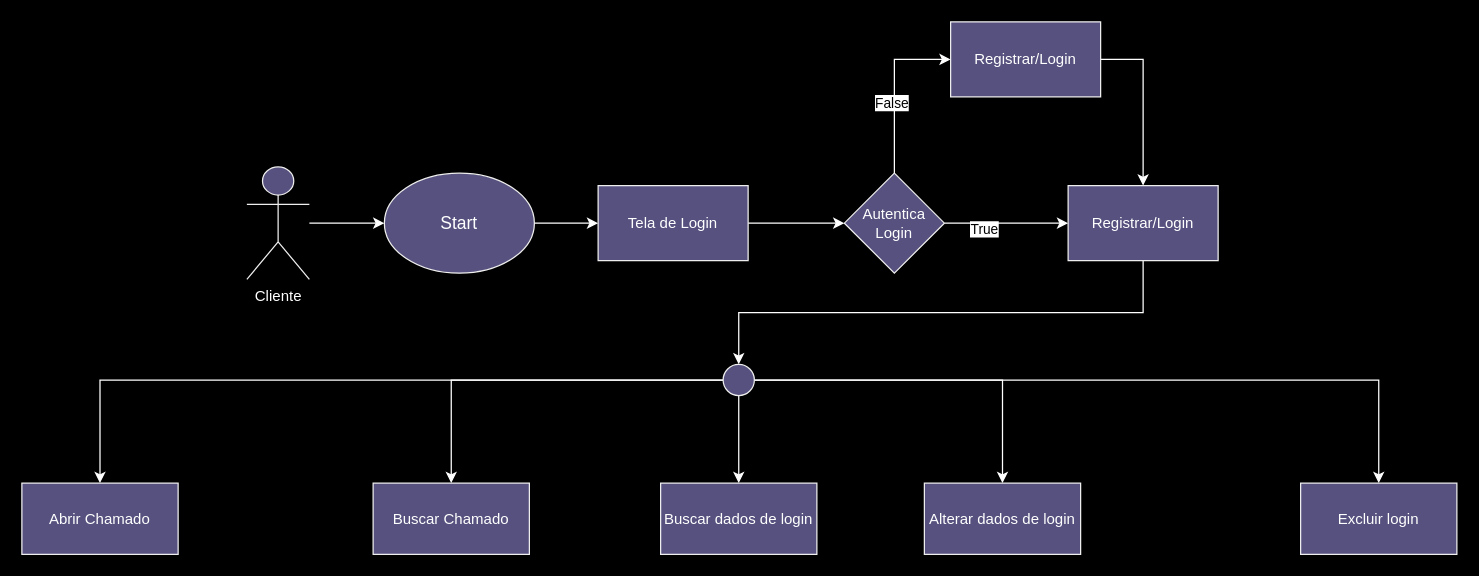
Above: Diagrama sem nome.drawio in Gabriel-Leandr0/HelpGR (draw.io), before the change. Source tidied: cells renumbered, new cells numbered last; positions are measured from the earlier drawing's top-left corner, leaving out a move shared by most shapes. Both pictures are drawn from the tidied source at 125%, with x=0, y=0 at pixel (21, 21).
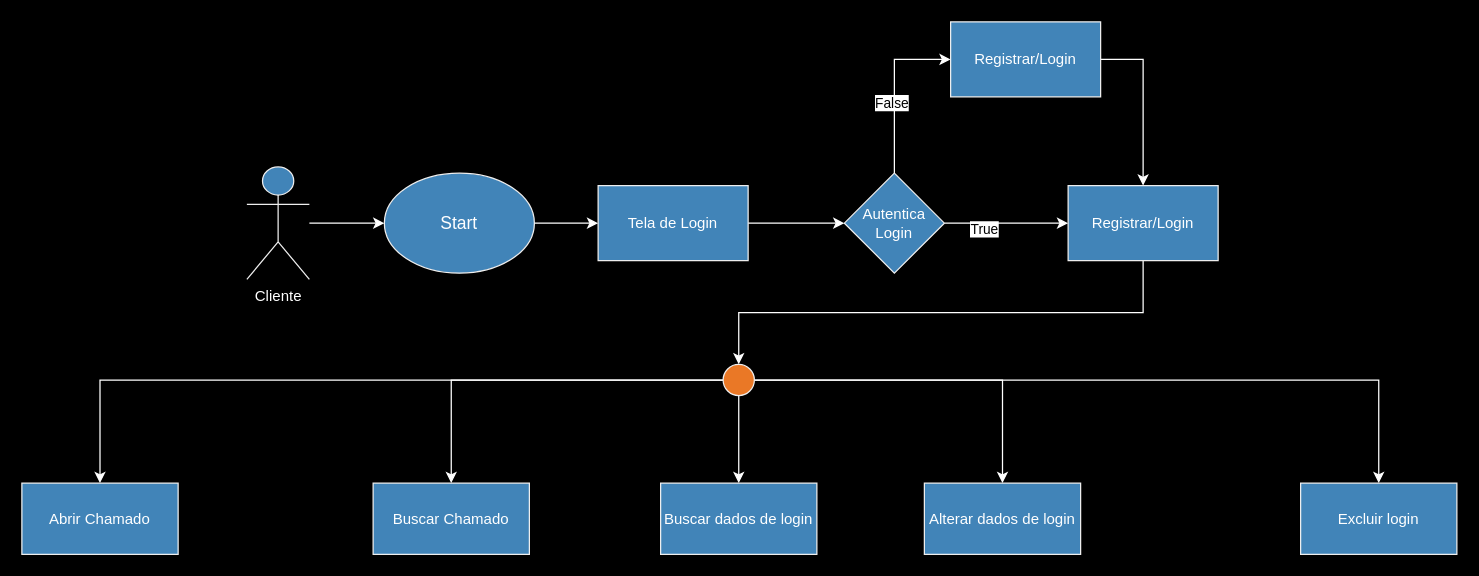
Above is the later version.

Change to the diagram source:
```diff
@@
-    <mxCell id="3" value="&lt;font style=&quot;font-size: 14px;&quot;&gt;Start&lt;/font&gt;" style="ellipse;whiteSpace=wrap;html=1;labelBackgroundColor=none;fillColor=#56517E;strokeColor=#EEEEEE;fontColor=#FFFFFF;rounded=0;" parent="1" vertex="1">
+    <mxCell id="3" value="&lt;font style=&quot;font-size: 14px;&quot;&gt;Start&lt;/font&gt;" style="ellipse;whiteSpace=wrap;html=1;labelBackgroundColor=none;fillColor=#4184b8;strokeColor=#EEEEEE;fontColor=#FFFFFF;rounded=0;" parent="1" vertex="1">
       <mxGeometry x="290" y="121" width="120" height="80" as="geometry" />
     </mxCell>
@@
-    <mxCell id="9" value="Autentica&lt;br&gt;Login" style="rhombus;whiteSpace=wrap;html=1;labelBackgroundColor=none;fillColor=#56517E;strokeColor=#EEEEEE;fontColor=#FFFFFF;rounded=0;" parent="1" vertex="1">
+    <mxCell id="9" value="Autentica&lt;br&gt;Login" style="rhombus;whiteSpace=wrap;html=1;labelBackgroundColor=none;fillColor=#4184b8;strokeColor=#EEEEEE;fontColor=#FFFFFF;rounded=0;" parent="1" vertex="1">
       <mxGeometry x="658" y="121" width="80" height="80" as="geometry" />
     </mxCell>
@@
-    <mxCell id="11" value="Cliente" style="shape=umlActor;verticalLabelPosition=bottom;verticalAlign=top;html=1;outlineConnect=0;labelBackgroundColor=none;fillColor=#56517E;strokeColor=#EEEEEE;fontColor=#FFFFFF;rounded=0;" parent="1" vertex="1">
+    <mxCell id="11" value="Cliente" style="shape=umlActor;verticalLabelPosition=bottom;verticalAlign=top;html=1;outlineConnect=0;labelBackgroundColor=none;fillColor=#4184b8;strokeColor=#EEEEEE;fontColor=#FFFFFF;rounded=0;" parent="1" vertex="1">
       <mxGeometry x="180" y="116" width="50" height="90" as="geometry" />
     </mxCell>
-    <mxCell id="12" value="Tela de Login" style="rounded=0;whiteSpace=wrap;html=1;labelBackgroundColor=none;fillColor=#56517E;strokeColor=#EEEEEE;fontColor=#FFFFFF;" parent="1" vertex="1">
+    <mxCell id="12" value="Tela de Login" style="rounded=0;whiteSpace=wrap;html=1;labelBackgroundColor=none;fillColor=#4184b8;strokeColor=#EEEEEE;fontColor=#FFFFFF;" parent="1" vertex="1">
       <mxGeometry x="461" y="131" width="120" height="60" as="geometry" />
     </mxCell>
@@
-    <mxCell id="14" value="Registrar/Login" style="rounded=0;whiteSpace=wrap;html=1;labelBackgroundColor=none;fillColor=#56517E;strokeColor=#EEEEEE;fontColor=#FFFFFF;" parent="1" vertex="1">
+    <mxCell id="14" value="Registrar/Login" style="rounded=0;whiteSpace=wrap;html=1;labelBackgroundColor=none;fillColor=#4184b8;strokeColor=#EEEEEE;fontColor=#FFFFFF;" parent="1" vertex="1">
       <mxGeometry x="743" width="120" height="60" as="geometry" />
     </mxCell>
@@
-    <mxCell id="20" style="ellipse;whiteSpace=wrap;html=1;labelBackgroundColor=none;fillColor=#56517E;strokeColor=#EEEEEE;fontColor=#FFFFFF;rounded=0;" parent="1" vertex="1">
+    <mxCell id="20" style="ellipse;whiteSpace=wrap;html=1;labelBackgroundColor=none;fillColor=#EA7826;strokeColor=#EEEEEE;fontColor=#FFFFFF;rounded=0;" parent="1" vertex="1">
       <mxGeometry x="561" y="274" width="25" height="25" as="geometry" />
     </mxCell>
-    <mxCell id="21" value="Buscar Chamado" style="rounded=0;whiteSpace=wrap;html=1;labelBackgroundColor=none;fillColor=#56517E;strokeColor=#EEEEEE;fontColor=#FFFFFF;" parent="1" vertex="1">
+    <mxCell id="21" value="Buscar Chamado" style="rounded=0;whiteSpace=wrap;html=1;labelBackgroundColor=none;fillColor=#4184b8;strokeColor=#EEEEEE;fontColor=#FFFFFF;" parent="1" vertex="1">
       <mxGeometry x="281" y="369" width="125" height="57" as="geometry" />
     </mxCell>
@@
-    <mxCell id="23" value="Registrar/Login" style="rounded=0;whiteSpace=wrap;html=1;labelBackgroundColor=none;fillColor=#56517E;strokeColor=#EEEEEE;fontColor=#FFFFFF;" parent="1" vertex="1">
+    <mxCell id="23" value="Registrar/Login" style="rounded=0;whiteSpace=wrap;html=1;labelBackgroundColor=none;fillColor=#4184b8;strokeColor=#EEEEEE;fontColor=#FFFFFF;" parent="1" vertex="1">
       <mxGeometry x="837" y="131" width="120" height="60" as="geometry" />
     </mxCell>
-    <mxCell id="24" value="Abrir Chamado" style="rounded=0;whiteSpace=wrap;html=1;labelBackgroundColor=none;fillColor=#56517E;strokeColor=#EEEEEE;fontColor=#FFFFFF;" parent="1" vertex="1">
+    <mxCell id="24" value="Abrir Chamado" style="rounded=0;whiteSpace=wrap;html=1;labelBackgroundColor=none;fillColor=#4184b8;strokeColor=#EEEEEE;fontColor=#FFFFFF;" parent="1" vertex="1">
       <mxGeometry y="369" width="125" height="57" as="geometry" />
     </mxCell>
-    <mxCell id="25" value="Alterar dados de login" style="rounded=0;whiteSpace=wrap;html=1;labelBackgroundColor=none;fillColor=#56517E;strokeColor=#EEEEEE;fontColor=#FFFFFF;" parent="1" vertex="1">
+    <mxCell id="25" value="Alterar dados de login" style="rounded=0;whiteSpace=wrap;html=1;labelBackgroundColor=none;fillColor=#4184b8;strokeColor=#EEEEEE;fontColor=#FFFFFF;" parent="1" vertex="1">
       <mxGeometry x="722" y="369" width="125" height="57" as="geometry" />
     </mxCell>
-    <mxCell id="26" value="Excluir login" style="rounded=0;whiteSpace=wrap;html=1;labelBackgroundColor=none;fillColor=#56517E;strokeColor=#EEEEEE;fontColor=#FFFFFF;" parent="1" vertex="1">
+    <mxCell id="26" value="Excluir login" style="rounded=0;whiteSpace=wrap;html=1;labelBackgroundColor=none;fillColor=#4184b8;strokeColor=#EEEEEE;fontColor=#FFFFFF;" parent="1" vertex="1">
       <mxGeometry x="1023" y="369" width="125" height="57" as="geometry" />
     </mxCell>
-    <mxCell id="27" value="Buscar dados de login" style="rounded=0;whiteSpace=wrap;html=1;labelBackgroundColor=none;fillColor=#56517E;strokeColor=#EEEEEE;fontColor=#FFFFFF;" parent="1" vertex="1">
+    <mxCell id="27" value="Buscar dados de login" style="rounded=0;whiteSpace=wrap;html=1;labelBackgroundColor=none;fillColor=#4184b8;strokeColor=#EEEEEE;fontColor=#FFFFFF;" parent="1" vertex="1">
       <mxGeometry x="511" y="369" width="125" height="57" as="geometry" />
     </mxCell>
```
